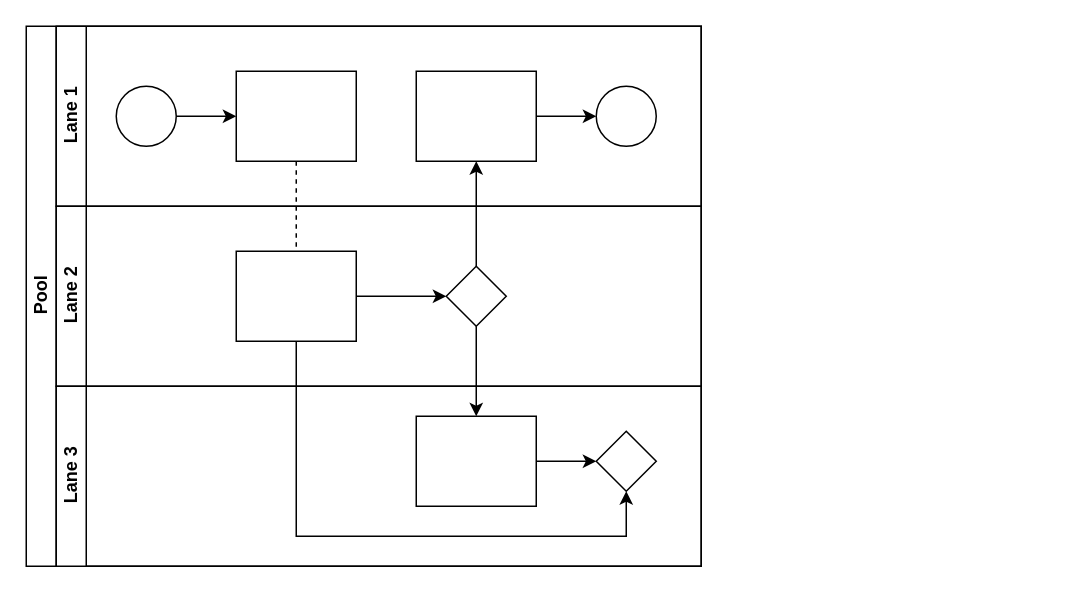
Iswariya-LMNAs/Diagrams keeps this draw.io diagram as sgbcz.drawio. Above is the earlier version. Source tidied: cells renumbered, new cells numbered last; positions are measured from the earlier drawing's top-left corner, leaving out a move shared by most shapes. Both pictures are drawn from the tidied source at 150%, with x=0, y=0 at pixel (26, 26).
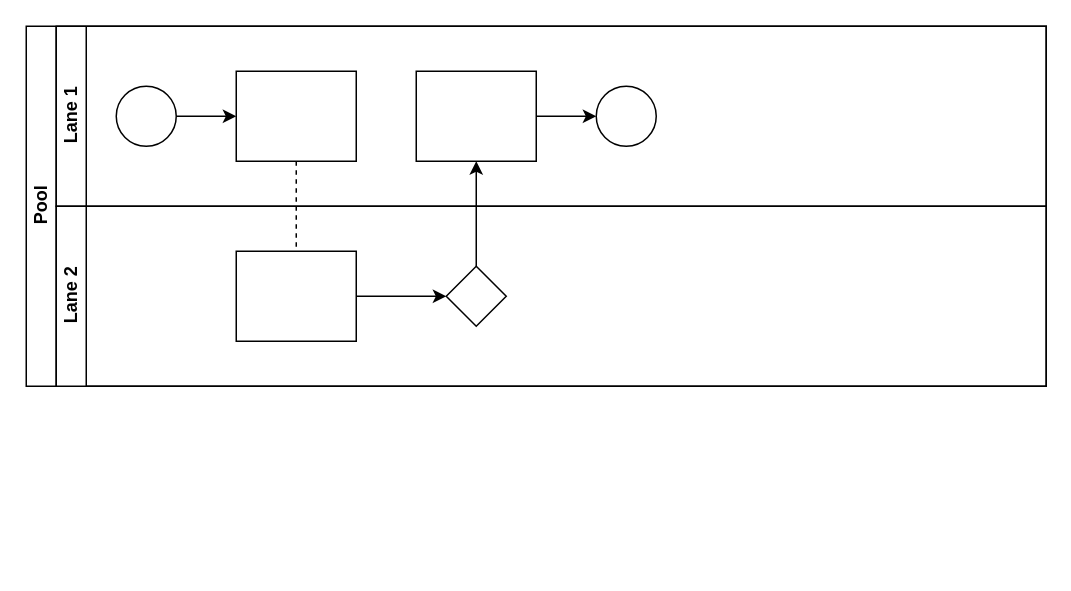
After the change.

Unchanged cells that the change refers to:
```xml
<mxCell id="16" style="rounded=0;whiteSpace=wrap;html=1;fontFamily=Helvetica;fontSize=12;fontColor=#000000;align=center;" parent="14" vertex="1">
  <mxGeometry x="120" y="30" width="80" height="60" as="geometry" />
</mxCell>
<mxCell id="17" style="rhombus;whiteSpace=wrap;html=1;fontFamily=Helvetica;fontSize=12;fontColor=#000000;align=center;" parent="14" vertex="1">
  <mxGeometry x="260" y="40" width="40" height="40" as="geometry" />
</mxCell>
```

Diff of the diagram source:
```diff
@@
     <mxCell id="2" value="Pool" style="swimlane;html=1;horizontal=0;startSize=20;" parent="1" vertex="1">
-      <mxGeometry width="450" height="360" as="geometry" />
+      <mxGeometry width="680" height="240" as="geometry" />
     </mxCell>
@@
-    <mxCell id="5" style="edgeStyle=orthogonalEdgeStyle;rounded=0;jettySize=auto;html=1;endArrow=classic;endFill=1;" parent="2" edge="1" source="17" target="20">
-      <mxGeometry relative="1" as="geometry" />
-    </mxCell>
-    <mxCell id="6" style="edgeStyle=orthogonalEdgeStyle;rounded=0;jettySize=auto;html=1;endArrow=classic;endFill=1;" parent="2" edge="1" source="16" target="21">
-      <mxGeometry relative="1" as="geometry">
-        <Array as="points">
-          <mxPoint x="180" y="340" />
-          <mxPoint x="400" y="340" />
-        </Array>
-      </mxGeometry>
-    </mxCell>
     <mxCell id="7" value="Lane 1" style="swimlane;html=1;startSize=20;horizontal=0;" parent="2" vertex="1">
-      <mxGeometry x="20" width="430" height="120" as="geometry" />
+      <mxGeometry x="20" width="660" height="120" as="geometry" />
     </mxCell>
@@
     <mxCell id="14" value="Lane 2" style="swimlane;html=1;startSize=20;horizontal=0;" parent="2" vertex="1">
-      <mxGeometry x="20" y="120" width="430" height="120" as="geometry" />
+      <mxGeometry x="20" y="120" width="660" height="120" as="geometry" />
     </mxCell>
@@
-    <mxCell id="18" value="Lane 3" style="swimlane;html=1;startSize=20;horizontal=0;" parent="2" vertex="1">
-      <mxGeometry x="20" y="240" width="430" height="120" as="geometry" />
-    </mxCell>
-    <mxCell id="19" style="edgeStyle=orthogonalEdgeStyle;rounded=0;jettySize=auto;html=1;endArrow=classic;endFill=1;" parent="18" edge="1" source="20" target="21">
-      <mxGeometry relative="1" as="geometry" />
-    </mxCell>
-    <mxCell id="20" style="rounded=0;whiteSpace=wrap;html=1;fontFamily=Helvetica;fontSize=12;fontColor=#000000;align=center;" parent="18" vertex="1">
-      <mxGeometry x="240" y="20" width="80" height="60" as="geometry" />
-    </mxCell>
-    <mxCell id="21" style="rhombus;whiteSpace=wrap;html=1;fontFamily=Helvetica;fontSize=12;fontColor=#000000;align=center;" parent="18" vertex="1">
-      <mxGeometry x="360" y="30" width="40" height="40" as="geometry" />
-    </mxCell>
```
